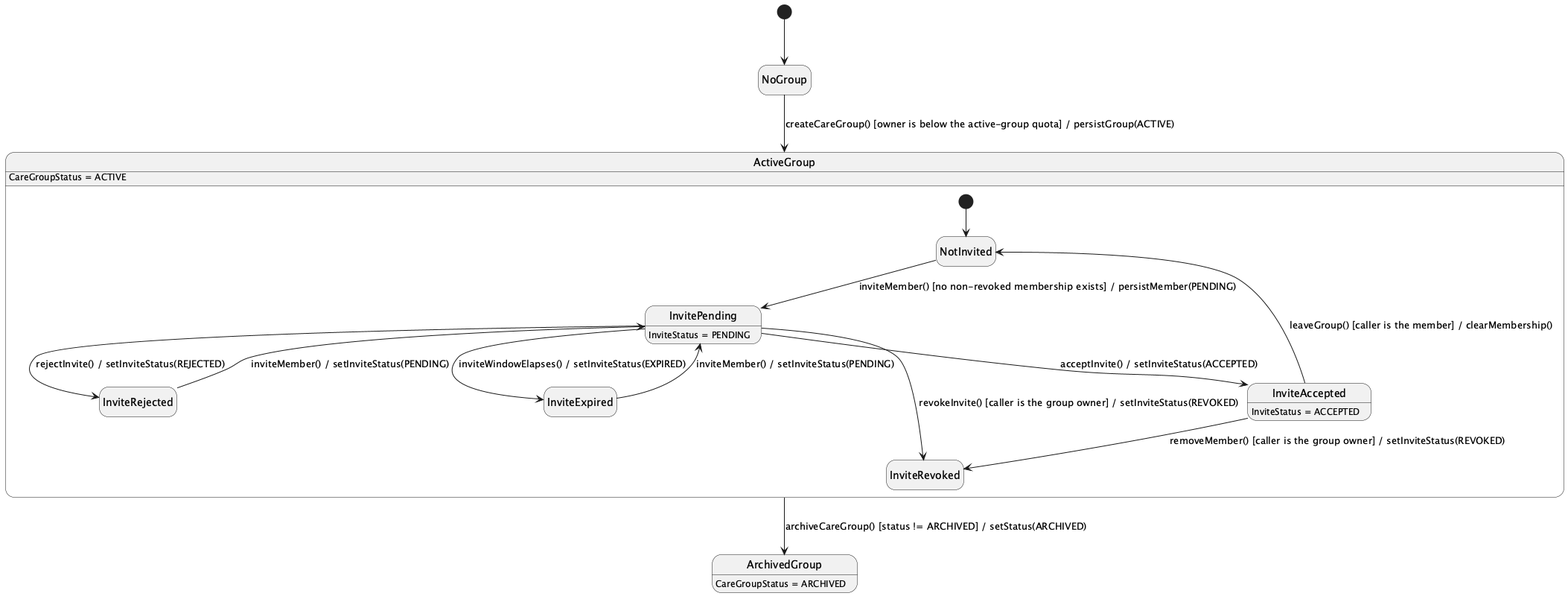
Earlier version of the PlantUML export 03_Design/Detailed_Design/MF08_Family_Sync_Cooperative_Care/images/01_Care_Group_and_Membership_Lifecycle_StateChartDiagram.png (ChuongBDHE172784/CareBridge_SEP490_G79).
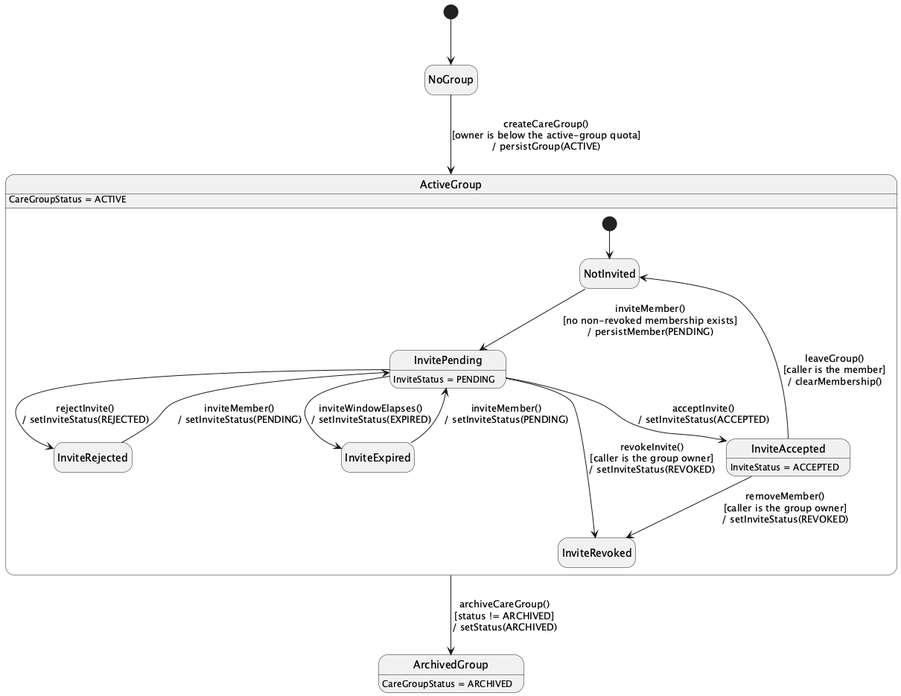
After the commit.

The edit, as a diff of the source:
```diff
@@ -1,21 +1,21 @@
-@startuml
+@startuml StateChartDiagram_01CareGroupandMembershipLifecycle
 hide empty description
 [*] --> NoGroup
 
-NoGroup --> ActiveGroup : createCareGroup() [owner is below the active-group quota] / persistGroup(ACTIVE)
-ActiveGroup --> ArchivedGroup : archiveCareGroup() [status != ARCHIVED] / setStatus(ARCHIVED)
+NoGroup --> ActiveGroup : createCareGroup()\n[owner is below the active-group quota]\n/ persistGroup(ACTIVE)
+ActiveGroup --> ArchivedGroup : archiveCareGroup()\n[status != ARCHIVED]\n/ setStatus(ARCHIVED)
 
 state ActiveGroup {
   [*] --> NotInvited
-  NotInvited --> InvitePending : inviteMember() [no non-revoked membership exists] / persistMember(PENDING)
-  InvitePending --> InviteAccepted : acceptInvite() / setInviteStatus(ACCEPTED)
-  InvitePending --> InviteRejected : rejectInvite() / setInviteStatus(REJECTED)
-  InvitePending --> InviteExpired : inviteWindowElapses() / setInviteStatus(EXPIRED)
-  InvitePending --> InviteRevoked : revokeInvite() [caller is the group owner] / setInviteStatus(REVOKED)
-  InviteAccepted --> InviteRevoked : removeMember() [caller is the group owner] / setInviteStatus(REVOKED)
-  InviteAccepted --> NotInvited : leaveGroup() [caller is the member] / clearMembership()
-  InviteRejected --> InvitePending : inviteMember() / setInviteStatus(PENDING)
-  InviteExpired --> InvitePending : inviteMember() / setInviteStatus(PENDING)
+  NotInvited --> InvitePending : inviteMember()\n[no non-revoked membership exists]\n/ persistMember(PENDING)
+  InvitePending --> InviteAccepted : acceptInvite()\n/ setInviteStatus(ACCEPTED)
+  InvitePending --> InviteRejected : rejectInvite()\n/ setInviteStatus(REJECTED)
+  InvitePending --> InviteExpired : inviteWindowElapses()\n/ setInviteStatus(EXPIRED)
+  InvitePending --> InviteRevoked : revokeInvite()\n[caller is the group owner]\n/ setInviteStatus(REVOKED)
+  InviteAccepted --> InviteRevoked : removeMember()\n[caller is the group owner]\n/ setInviteStatus(REVOKED)
+  InviteAccepted --> NotInvited : leaveGroup()\n[caller is the member]\n/ clearMembership()
+  InviteRejected --> InvitePending : inviteMember()\n/ setInviteStatus(PENDING)
+  InviteExpired --> InvitePending : inviteMember()\n/ setInviteStatus(PENDING)
 }
 
 ActiveGroup : CareGroupStatus = ACTIVE
```
